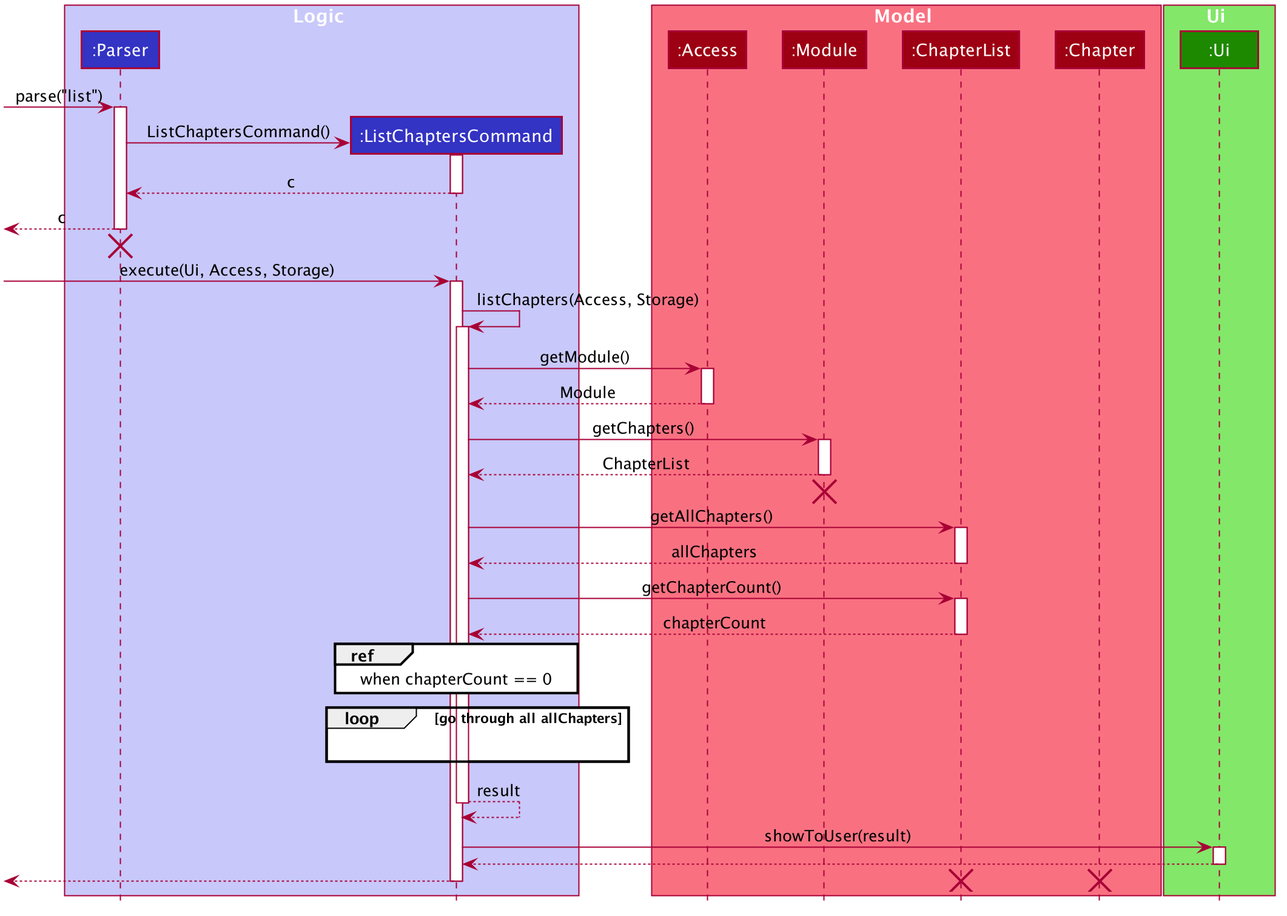
Earlier version of the PlantUML export docs/UML/listchap_seq_diagram.png (nus-cs2113-AY2021S1/tp).
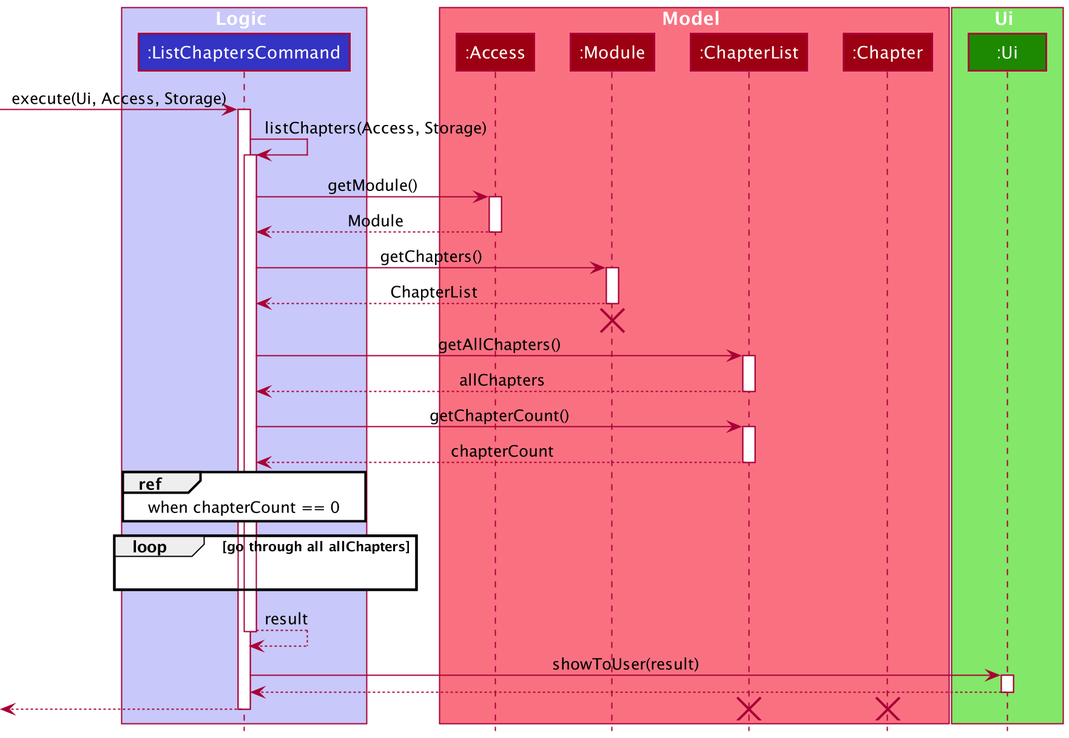
The same file after the commit.

What changed in the source:
```diff
@@ -1,83 +1,20 @@
 @startuml
+!include style.puml
 
-
-
-
-
-
-
-
-skinparam BackgroundColor #FFFFFFF
-
-skinparam Shadowing false
-
-skinparam Class {
-    FontColor #FFFFFF
-    BorderThickness 1
-    BorderColor #FFFFFF
-    StereotypeFontColor #FFFFFF
-    FontName Arial
-}
-
-skinparam Actor {
-    BorderColor #000000
-    Color #000000
-    FontName Arial
-}
-
-skinparam Sequence {
-    MessageAlign center
-    BoxFontSize 15
-    BoxPadding 0
-    BoxFontColor #FFFFFF
-    FontName Arial
-}
-
-skinparam Participant {
-    FontColor #FFFFFFF
-    Padding 20
-}
-
-skinparam MinClassWidth 50
-skinparam ParticipantPadding 10
-skinparam Shadowing false
-skinparam DefaultTextAlignment center
-skinparam packageStyle Rectangle
-
-hide footbox
-hide members
-hide circle
-
-box Logic #C8C8FA
-participant ":Parser" as Parser #3333C4
-participant ":ListChaptersCommand" as ListChaptersCommand #3333C4
+box Logic LOGIC_COLOR_T1
+participant ":ListChaptersCommand" as ListChaptersCommand LOGIC_COLOR
 end box
 
-box Model #F97181
-participant ":Access" as Access #9D0012
-participant ":Module" as Module #9D0012
-participant ":ChapterList" as ChapterList #9D0012
-participant ":Chapter" as Chapter #9D0012
+box Model MODEL_COLOR_T1
+participant ":Access" as Access MODEL_COLOR
+participant ":Module" as Module MODEL_COLOR
+participant ":ChapterList" as ChapterList MODEL_COLOR
+participant ":Chapter" as Chapter MODEL_COLOR
 end box
 
-box Ui #83E769
-participant ":Ui" as Ui #1D8900
+box Ui UI_COLOR_T1
+participant ":Ui" as Ui UI_COLOR
 end box
-
-[-> Parser : parse("list")
-activate Parser
-
-create ListChaptersCommand
-Parser -> ListChaptersCommand : ListChaptersCommand()
-activate ListChaptersCommand
-
-ListChaptersCommand --> Parser : c
-deactivate ListChaptersCommand
-
-[<-- Parser : c
-deactivate Parser
-[<-[hidden]- Parser
-destroy Parser
 
 [-> ListChaptersCommand : execute(Ui, Access, Storage)
 activate ListChaptersCommand
```
